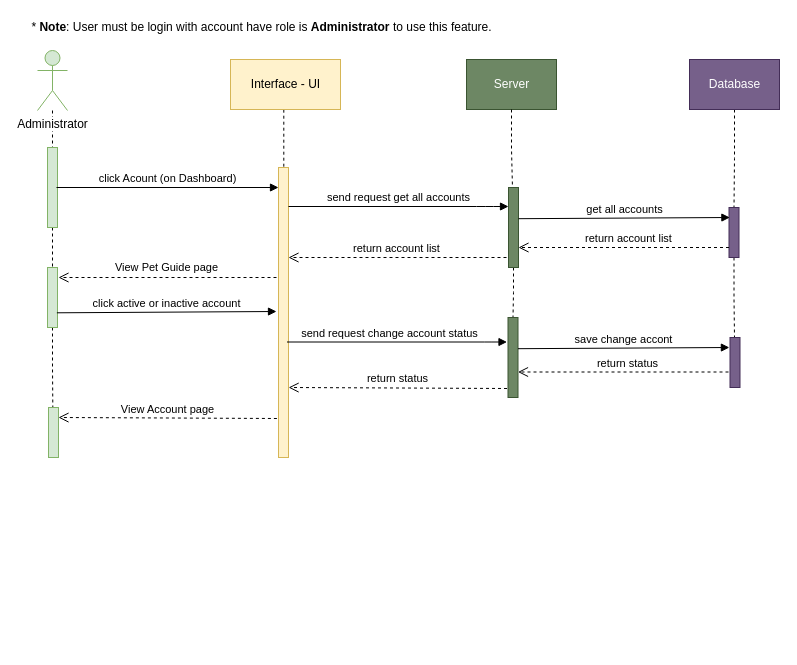
Earlier version of the draw.io diagram page "Account" (4 of 7) of Documents/Diagrams/Admin-sequence-Diagram.drawio (duyphuong403/PetCare). Source tidied: cells renumbered, new cells numbered last; positions are measured from the earlier drawing's top-left corner, leaving out a move shared by most shapes. Both pictures are drawn from the tidied source at 100%, with x=0, y=0 at pixel (21, 17).
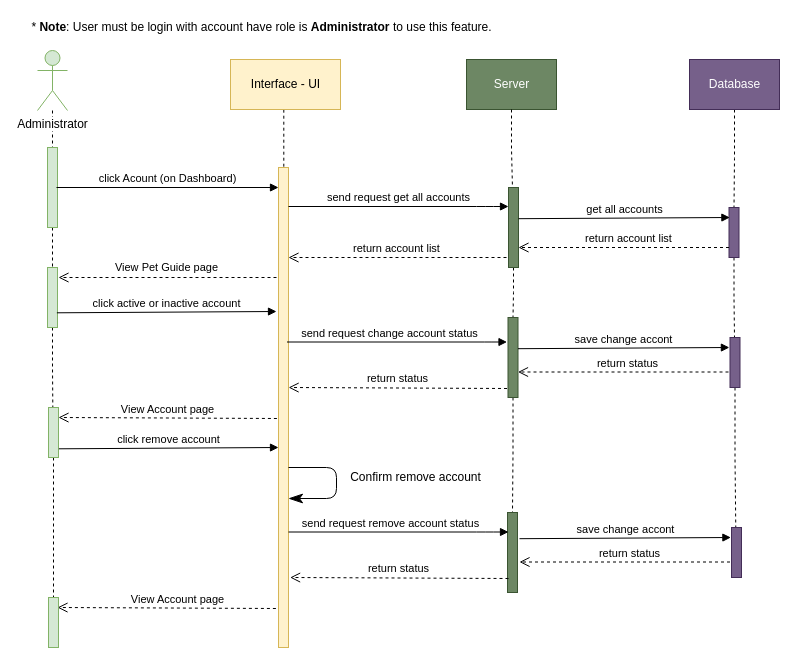
The same page after the edit.

Unchanged cells that the change refers to:
```xml
<mxCell id="27" style="html=1;points=[];perimeter=orthogonalPerimeter;fillColor=#6d8764;strokeColor=#3A5431;fontColor=#ffffff;" parent="1" vertex="1">
  <mxGeometry x="486.5" y="300" width="10" height="80" as="geometry" />
</mxCell>
<mxCell id="28" style="html=1;points=[];perimeter=orthogonalPerimeter;fillColor=#76608a;strokeColor=#432D57;fontColor=#ffffff;" parent="1" vertex="1">
  <mxGeometry x="708.5" y="320" width="10" height="50" as="geometry" />
</mxCell>
<mxCell id="36" style="html=1;points=[];perimeter=orthogonalPerimeter;fillColor=#d5e8d4;strokeColor=#82b366;" parent="1" vertex="1">
  <mxGeometry x="27" y="390" width="10" height="50" as="geometry" />
</mxCell>
```

Diff of the diagram source:
```diff
@@
     <mxCell id="8" style="html=1;points=[];perimeter=orthogonalPerimeter;fillColor=#fff2cc;strokeColor=#d6b656;" parent="1" vertex="1">
-      <mxGeometry x="257" y="150" width="10" height="290" as="geometry" />
+      <mxGeometry x="257" y="150" width="10" height="480" as="geometry" />
     </mxCell>
@@
+    <mxCell id="37" style="edgeStyle=orthogonalEdgeStyle;rounded=0;jettySize=auto;html=1;dashed=1;endArrow=none;endFill=0;" parent="1" edge="1" source="27" target="41">
+      <mxGeometry relative="1" as="geometry" />
+    </mxCell>
@@
+    <mxCell id="38" style="edgeStyle=orthogonalEdgeStyle;rounded=0;jettySize=auto;html=1;entryX=0.429;entryY=0.026;entryDx=0;entryDy=0;entryPerimeter=0;dashed=1;endArrow=none;endFill=0;" parent="1" edge="1" source="28" target="42">
+      <mxGeometry relative="1" as="geometry" />
+    </mxCell>
@@
+    <mxCell id="39" style="edgeStyle=orthogonalEdgeStyle;rounded=0;jettySize=auto;html=1;dashed=1;endArrow=none;endFill=0;" parent="1" edge="1" source="36" target="50">
+      <mxGeometry relative="1" as="geometry" />
+    </mxCell>
@@
+    <mxCell id="40" value="click remove account" style="html=1;verticalAlign=bottom;endArrow=block;strokeColor=#000000;exitX=0.938;exitY=0.755;exitDx=0;exitDy=0;exitPerimeter=0;" parent="1" edge="1">
+      <mxGeometry relative="1" as="geometry">
+        <mxPoint x="37.4" y="431.3" as="sourcePoint" />
+        <mxPoint x="257" y="430" as="targetPoint" />
+      </mxGeometry>
+    </mxCell>
+    <mxCell id="41" style="html=1;points=[];perimeter=orthogonalPerimeter;fillColor=#6d8764;strokeColor=#3A5431;fontColor=#ffffff;" parent="1" vertex="1">
+      <mxGeometry x="486" y="495" width="10" height="80" as="geometry" />
+    </mxCell>
+    <mxCell id="42" style="html=1;points=[];perimeter=orthogonalPerimeter;fillColor=#76608a;strokeColor=#432D57;fontColor=#ffffff;" parent="1" vertex="1">
+      <mxGeometry x="710" y="510" width="10" height="50" as="geometry" />
+    </mxCell>
+    <mxCell id="43" value="return status" style="html=1;verticalAlign=bottom;endArrow=open;dashed=1;endSize=8;strokeColor=#000000;" parent="1" edge="1">
+      <mxGeometry x="-0.03" relative="1" as="geometry">
+        <mxPoint x="708.5" y="544.5" as="sourcePoint" />
+        <mxPoint x="498" y="544.5" as="targetPoint" />
+        <mxPoint x="1" as="offset" />
+      </mxGeometry>
+    </mxCell>
+    <mxCell id="44" value="return status" style="html=1;verticalAlign=bottom;endArrow=open;dashed=1;endSize=8;strokeColor=#000000;entryX=0.96;entryY=0.742;entryDx=0;entryDy=0;entryPerimeter=0;" parent="1" edge="1">
+      <mxGeometry x="0.01" relative="1" as="geometry">
+        <mxPoint x="487" y="561" as="sourcePoint" />
+        <mxPoint x="268.6" y="560" as="targetPoint" />
+      </mxGeometry>
+    </mxCell>
+    <mxCell id="45" value="send request remove account status" style="html=1;verticalAlign=bottom;endArrow=block;strokeColor=#000000;" parent="1" edge="1">
+      <mxGeometry x="0.8" y="-96" relative="1" as="geometry">
+        <mxPoint x="267" y="514.5" as="sourcePoint" />
+        <mxPoint x="487" y="514.5" as="targetPoint" />
+        <Array as="points">
+          <mxPoint x="465" y="514.5" />
+        </Array>
+        <mxPoint x="-96" y="-96" as="offset" />
+      </mxGeometry>
+    </mxCell>
+    <mxCell id="46" value="save change accont" style="html=1;verticalAlign=bottom;endArrow=block;strokeColor=#000000;exitX=1.24;exitY=0.513;exitDx=0;exitDy=0;exitPerimeter=0;entryX=0.13;entryY=0.397;entryDx=0;entryDy=0;entryPerimeter=0;" parent="1" edge="1">
+      <mxGeometry relative="1" as="geometry">
+        <mxPoint x="498" y="521.2" as="sourcePoint" />
+        <mxPoint x="709.4" y="520" as="targetPoint" />
+      </mxGeometry>
+    </mxCell>
+    <mxCell id="47" style="endArrow=classicThin;endFill=1;endSize=12;html=1;" parent="1" edge="1">
+      <mxGeometry relative="1" as="geometry">
+        <mxPoint x="267" y="450" as="sourcePoint" />
+        <mxPoint x="267" y="481" as="targetPoint" />
+        <Array as="points">
+          <mxPoint x="315" y="450" />
+          <mxPoint x="315" y="481" />
+        </Array>
+      </mxGeometry>
+    </mxCell>
+    <mxCell id="48" value="Confirm remove account" style="text;html=1;align=center;verticalAlign=middle;" parent="1" vertex="1">
+      <mxGeometry x="319" y="450" width="150" height="20" as="geometry" />
+    </mxCell>
+    <mxCell id="49" style="html=1;verticalAlign=bottom;endArrow=open;dashed=1;endSize=8;strokeColor=#000000;entryX=0.96;entryY=0.742;entryDx=0;entryDy=0;entryPerimeter=0;" parent="1" edge="1">
+      <mxGeometry x="0.01" relative="1" as="geometry">
+        <mxPoint x="254.4" y="591" as="sourcePoint" />
+        <mxPoint x="36" y="590" as="targetPoint" />
+      </mxGeometry>
+    </mxCell>
+    <mxCell id="50" style="html=1;points=[];perimeter=orthogonalPerimeter;fillColor=#d5e8d4;strokeColor=#82b366;" parent="1" vertex="1">
+      <mxGeometry x="27" y="580" width="10" height="50" as="geometry" />
+    </mxCell>
+    <mxCell id="51" value="&lt;span style=&quot;font-size: 11px&quot;&gt;View Account page&lt;/span&gt;" style="text;html=1;align=center;verticalAlign=middle;labelBackgroundColor=#ffffff;" parent="1" vertex="1">
+      <mxGeometry x="89" y="550" as="geometry">
+        <mxPoint x="66.6" y="31.6" as="offset" />
+      </mxGeometry>
+    </mxCell>
```
